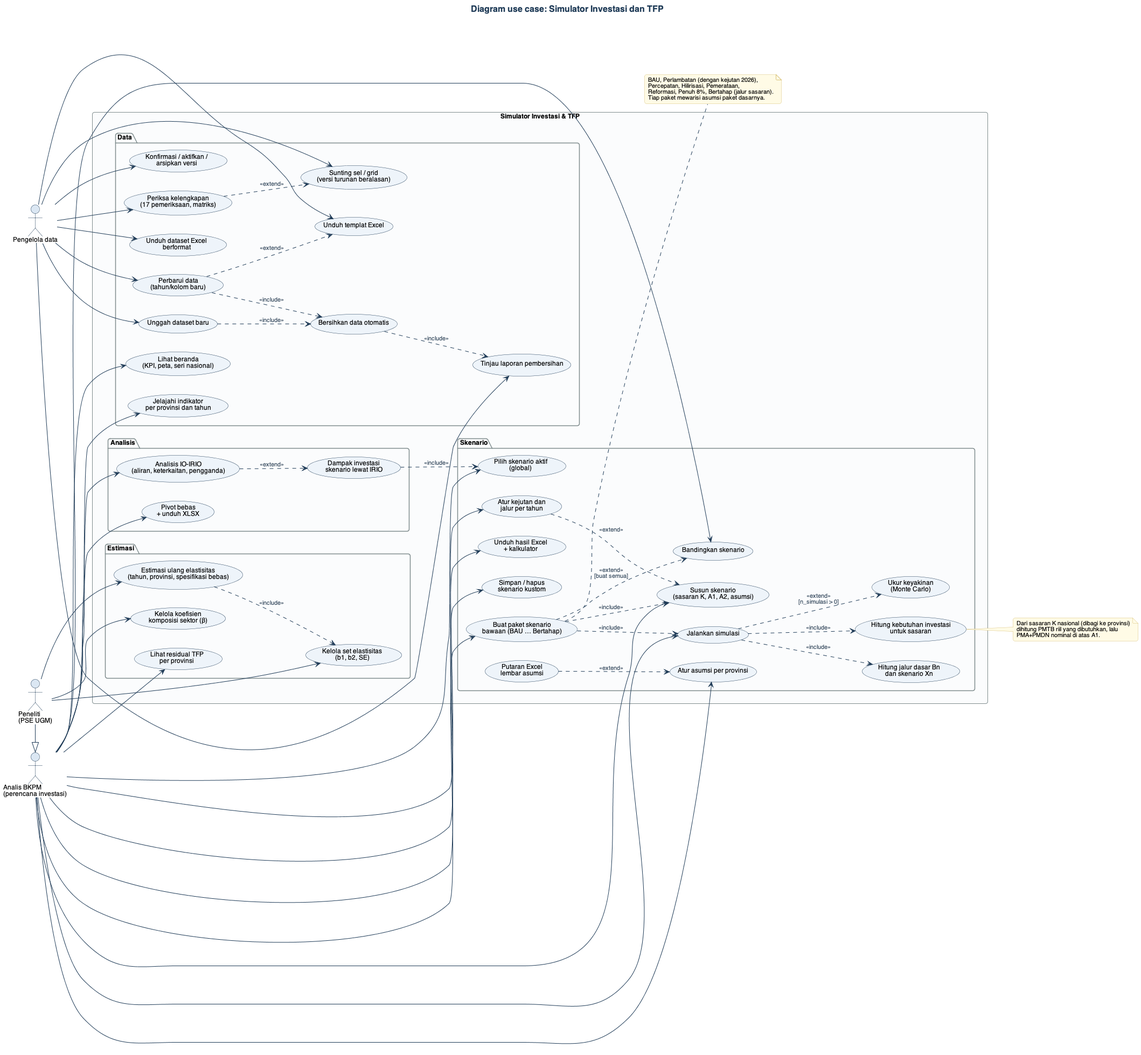
Above: 02 Code/Simulator-Investasi/docs/uml/png/01_use_case.png in Atha-Mawardi/RDSI_Kemeninves (PlantUML), before the change.
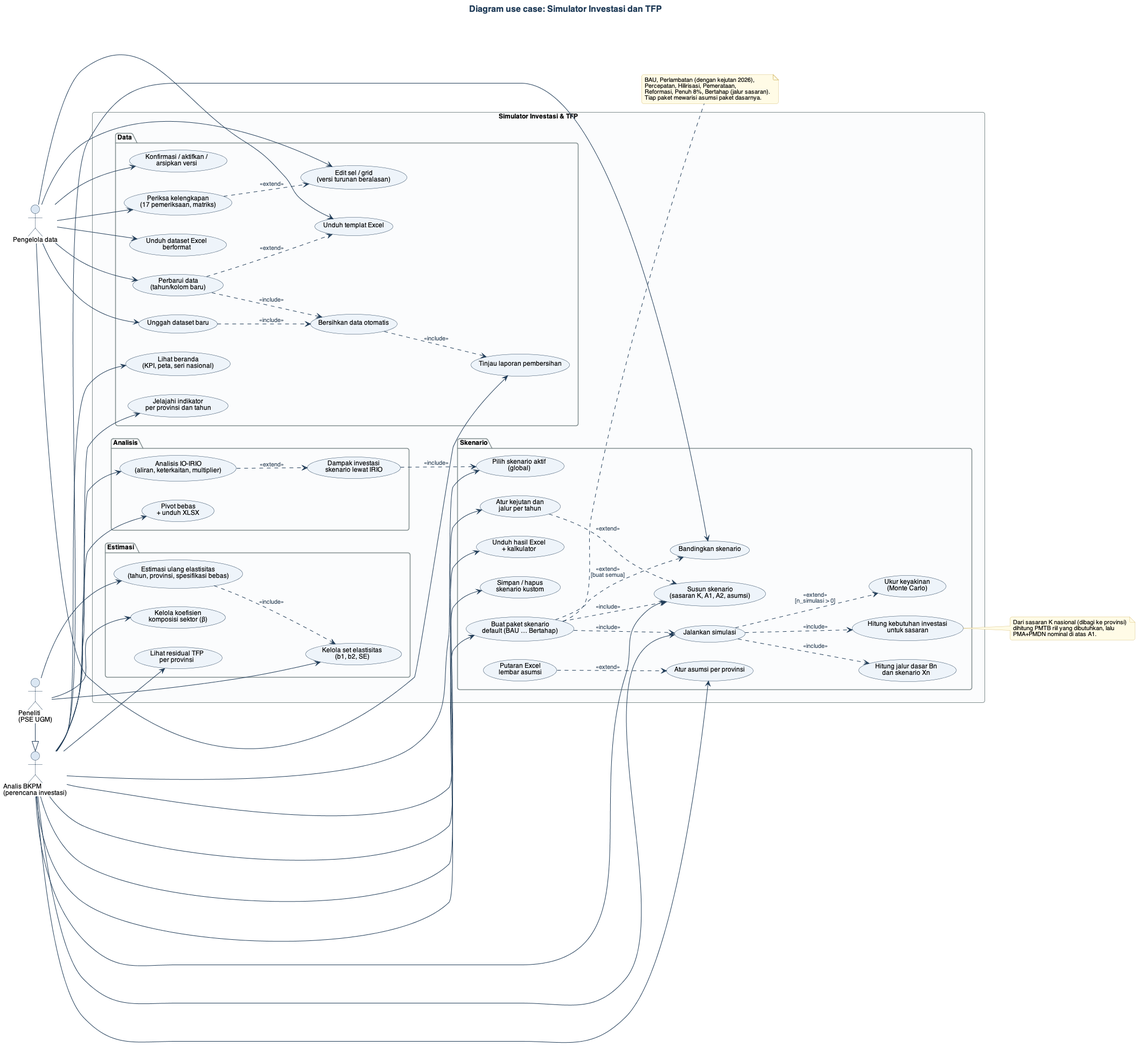
After the commit.

What changed in the source:
```diff
@@ -17,7 +17,7 @@
     usecase "Bersihkan data otomatis" as UC_Bersih
     usecase "Tinjau laporan pembersihan" as UC_Laporan
     usecase "Konfirmasi / aktifkan /\narsipkan versi" as UC_Versi
-    usecase "Sunting sel / grid\n(versi turunan beralasan)" as UC_Sunting
+    usecase "Edit sel / grid\n(versi turunan beralasan)" as UC_Sunting
     usecase "Periksa kelengkapan\n(17 pemeriksaan, matriks)" as UC_Lengkap
     usecase "Unduh dataset Excel\nberformat" as UC_UnduhData
     usecase "Unduh templat Excel" as UC_Templat
@@ -39,12 +39,12 @@
     usecase "Unduh hasil Excel\n+ kalkulator" as UC_Hasil
     usecase "Bandingkan skenario" as UC_Banding
     usecase "Simpan / hapus\nskenario kustom" as UC_Duplikat
-    usecase "Buat paket skenario\nbawaan (BAU … Bertahap)" as UC_Paket
+    usecase "Buat paket skenario\ndefault (BAU … Bertahap)" as UC_Paket
     usecase "Pilih skenario aktif\n(global)" as UC_Aktif
     usecase "Atur kejutan dan\njalur per tahun" as UC_Kejutan
   }
   package "Analisis" {
-    usecase "Analisis IO-IRIO\n(aliran, keterkaitan, pengganda)" as UC_IO
+    usecase "Analisis IO-IRIO\n(aliran, keterkaitan, multiplier)" as UC_IO
     usecase "Dampak investasi\nskenario lewat IRIO" as UC_Dampak
     usecase "Pivot bebas\n+ unduh XLSX" as UC_Pivot
   }
```
